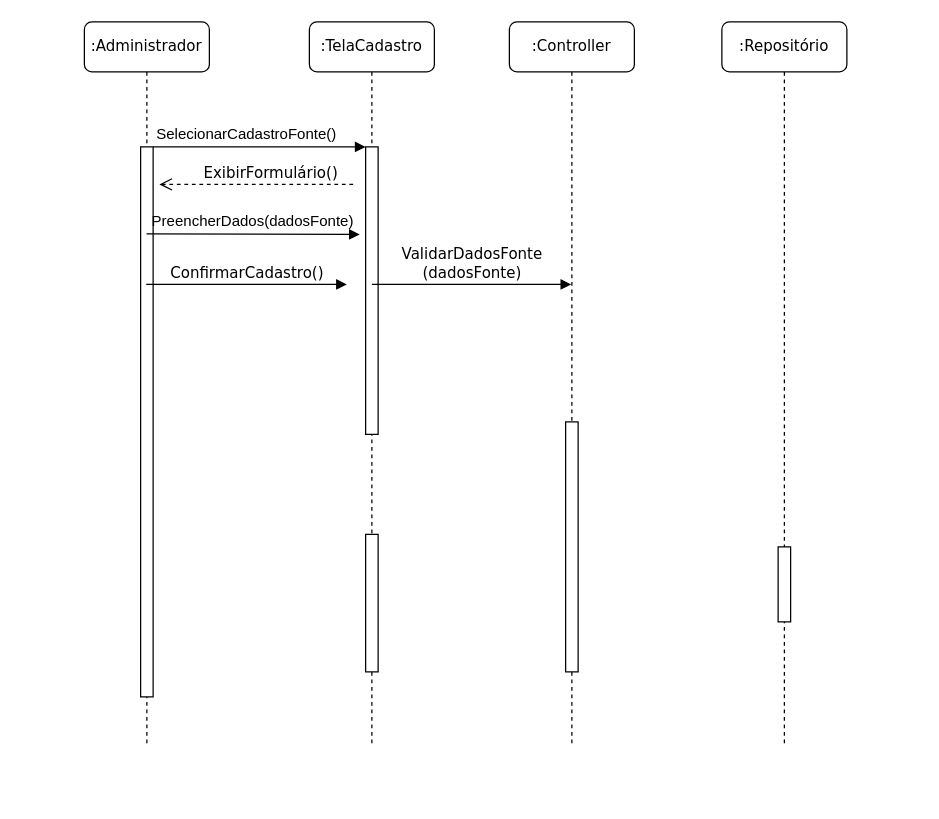
Earlier version of the draw.io diagram Diagrama sem nome.drawio (nicolecristinaw/Landing-Page). Source tidied: cells renumbered, new cells numbered last; positions are measured from the earlier drawing's top-left corner, leaving out a move shared by most shapes. Both pictures are drawn from the tidied source at 125%, with x=0, y=0 at pixel (84, 21).
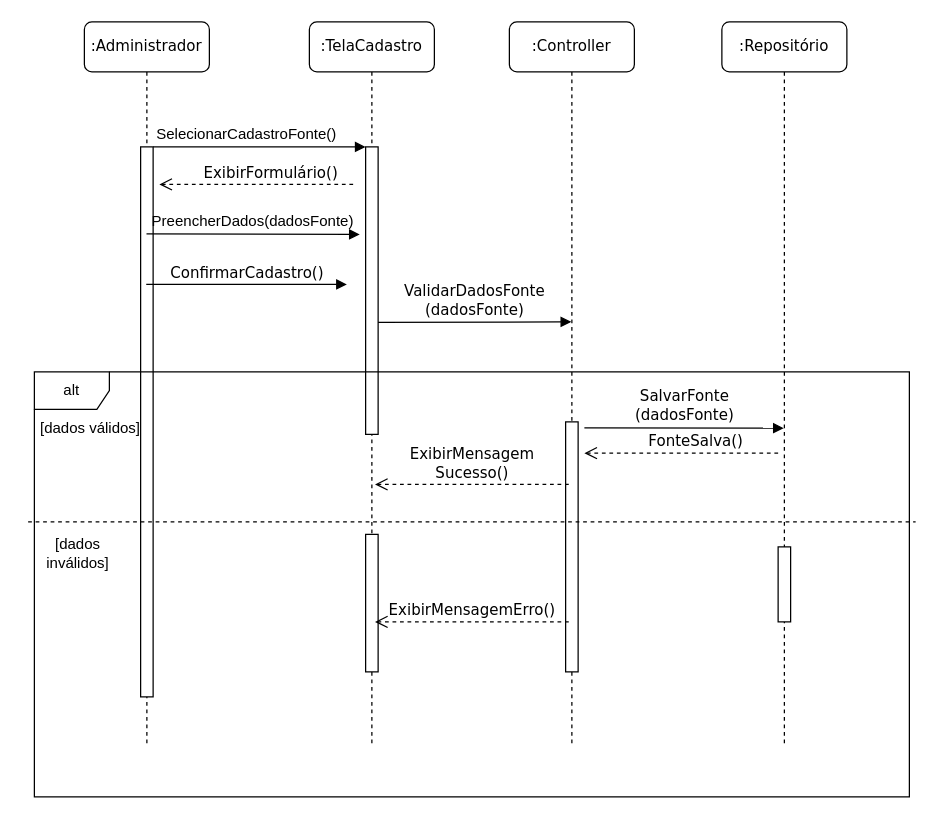
The same diagram, later.

Unchanged cells that the change refers to:
```xml
<mxCell id="5" value=":Controller" style="shape=umlLifeline;perimeter=lifelinePerimeter;whiteSpace=wrap;html=1;outlineConnect=0;rounded=1;shadow=0;comic=0;labelBackgroundColor=none;strokeWidth=1;fontFamily=Verdana;fontSize=12;align=center;" parent="1" vertex="1">
  <mxGeometry x="340" width="100" height="580" as="geometry" />
</mxCell>
```

The edit, as a diff of the source:
```diff
@@
+    <mxCell id="17" value="ValidarDadosFonte&lt;div&gt;(dadosFonte)&lt;/div&gt;" style="html=1;verticalAlign=bottom;endArrow=block;labelBackgroundColor=none;fontFamily=Verdana;fontSize=12;edgeStyle=elbowEdgeStyle;elbow=vertical;" parent="5" edge="1" target="5">
+      <mxGeometry relative="1" as="geometry">
+        <mxPoint x="-105" y="240.4" as="sourcePoint" />
+      </mxGeometry>
+    </mxCell>
@@
-    <mxCell id="17" value="ValidarDadosFonte&lt;div&gt;(dadosFonte)&lt;/div&gt;" style="html=1;verticalAlign=bottom;endArrow=block;labelBackgroundColor=none;fontFamily=Verdana;fontSize=12;edgeStyle=elbowEdgeStyle;elbow=vertical;" parent="1" edge="1" target="5">
-      <mxGeometry relative="1" as="geometry">
-        <mxPoint x="230" y="210" as="sourcePoint" />
-      </mxGeometry>
-    </mxCell>
+    <mxCell id="18" value="alt" style="shape=umlFrame;whiteSpace=wrap;html=1;" parent="1" vertex="1">
+      <mxGeometry x="-40" y="280" width="700" height="340" as="geometry" />
+    </mxCell>
+    <mxCell id="19" style="endArrow=none;dashed=1;html=1;rounded=0;" parent="1" edge="1">
+      <mxGeometry relative="1" as="geometry">
+        <mxPoint x="-45" y="400" as="sourcePoint" />
+        <mxPoint x="665" y="400" as="targetPoint" />
+      </mxGeometry>
+    </mxCell>
+    <mxCell id="20" value="[dados válidos]" style="text;html=1;whiteSpace=wrap;strokeColor=none;fillColor=none;align=center;verticalAlign=middle;rounded=0;" parent="1" vertex="1">
+      <mxGeometry x="-40" y="310" width="90" height="30" as="geometry" />
+    </mxCell>
+    <mxCell id="21" value="[dados inválidos]" style="text;html=1;whiteSpace=wrap;strokeColor=none;fillColor=none;align=center;verticalAlign=middle;rounded=0;" parent="1" vertex="1">
+      <mxGeometry x="-50" y="410" width="90" height="30" as="geometry" />
+    </mxCell>
+    <mxCell id="22" value="ExibirMensagem&lt;div&gt;Sucesso()&lt;/div&gt;" style="html=1;verticalAlign=bottom;endArrow=open;dashed=1;endSize=8;labelBackgroundColor=none;fontFamily=Verdana;fontSize=12;edgeStyle=elbowEdgeStyle;elbow=vertical;" parent="1" edge="1">
+      <mxGeometry relative="1" as="geometry">
+        <mxPoint x="387.5" y="370" as="sourcePoint" />
+        <mxPoint x="232.5" y="370" as="targetPoint" />
+        <Array as="points">
+          <mxPoint x="362.5" y="370" />
+        </Array>
+      </mxGeometry>
+    </mxCell>
+    <mxCell id="23" value="ExibirMensagemErro()" style="html=1;verticalAlign=bottom;endArrow=open;dashed=1;endSize=8;labelBackgroundColor=none;fontFamily=Verdana;fontSize=12;edgeStyle=elbowEdgeStyle;elbow=vertical;" parent="1" edge="1">
+      <mxGeometry relative="1" as="geometry">
+        <mxPoint x="387.5" y="480" as="sourcePoint" />
+        <mxPoint x="232.5" y="480" as="targetPoint" />
+        <Array as="points">
+          <mxPoint x="362.5" y="480" />
+        </Array>
+      </mxGeometry>
+    </mxCell>
+    <mxCell id="24" value="SalvarFonte&lt;br&gt;&lt;div&gt;(dadosFonte)&lt;/div&gt;" style="html=1;verticalAlign=bottom;endArrow=block;labelBackgroundColor=none;fontFamily=Verdana;fontSize=12;edgeStyle=elbowEdgeStyle;elbow=vertical;" parent="1" edge="1">
+      <mxGeometry y="1" relative="1" as="geometry">
+        <mxPoint x="400" y="324.8" as="sourcePoint" />
+        <mxPoint x="559.5" y="324.4" as="targetPoint" />
+      </mxGeometry>
+    </mxCell>
+    <mxCell id="25" value="FonteSalva()" style="html=1;verticalAlign=bottom;endArrow=open;dashed=1;endSize=8;labelBackgroundColor=none;fontFamily=Verdana;fontSize=12;edgeStyle=elbowEdgeStyle;elbow=vertical;" parent="1" edge="1">
+      <mxGeometry x="-0.15" relative="1" as="geometry">
+        <mxPoint x="555" y="345" as="sourcePoint" />
+        <mxPoint x="400" y="345" as="targetPoint" />
+        <Array as="points">
+          <mxPoint x="530" y="345" />
+        </Array>
+      </mxGeometry>
+    </mxCell>
```
